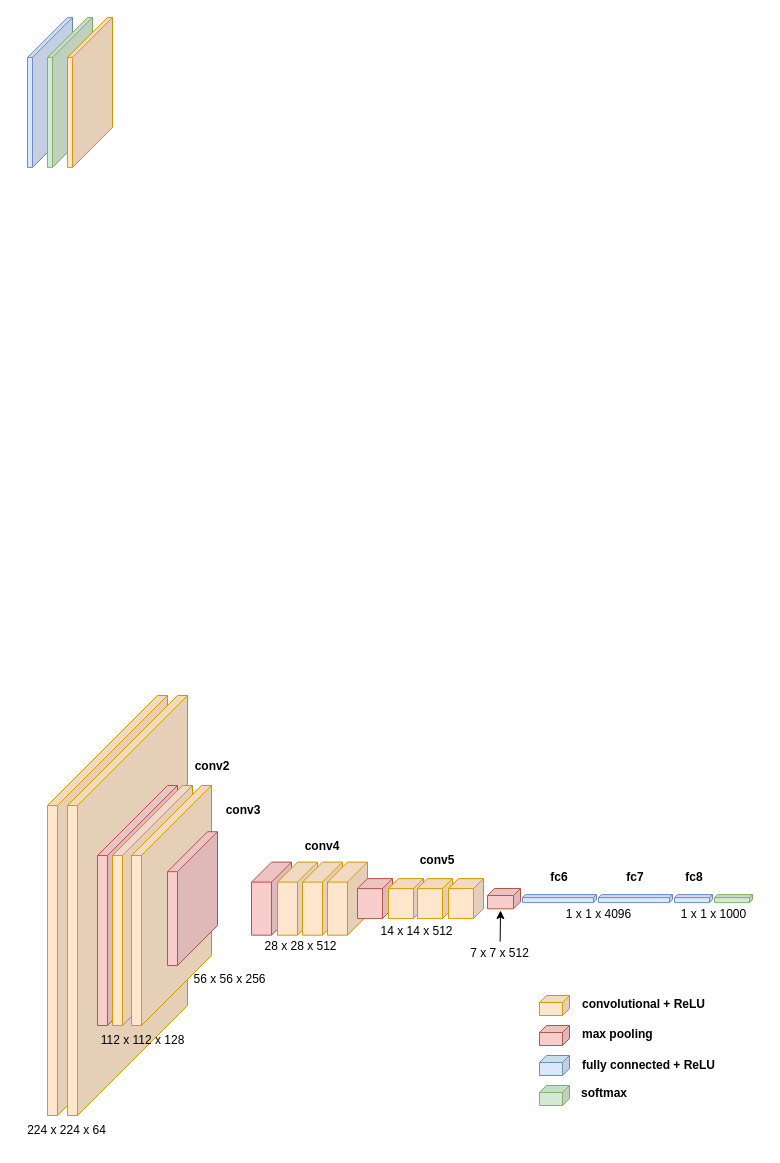
The draw.io diagram TripNet.drawio in bojunZhang-heng/science_drawing, before the edit. Source tidied: cells renumbered, new cells numbered last; positions are measured from the earlier drawing's top-left corner, leaving out a move shared by most shapes. Both pictures are drawn from the tidied source at 100%, with x=0, y=0 at pixel (17, 17).
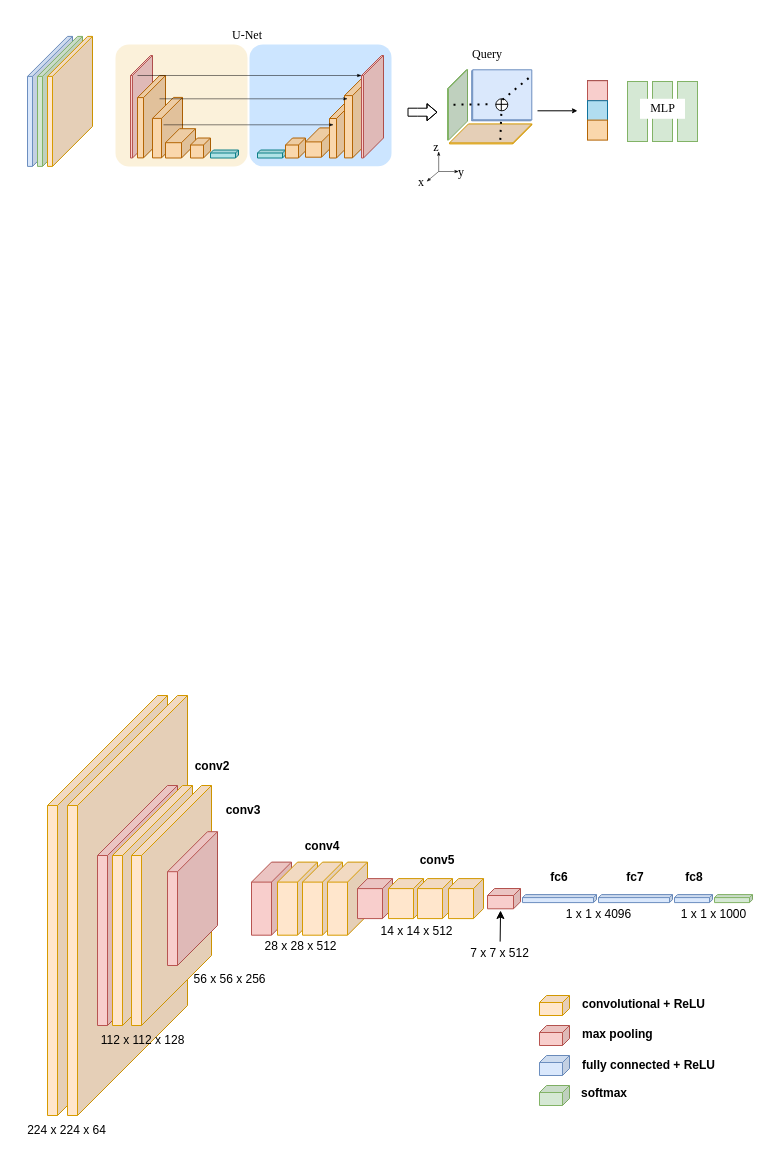
The same page after the edit.

Change to the diagram source:
```diff
@@
+    <mxCell id="48" style="rounded=1;whiteSpace=wrap;html=1;roundedPerimeter=1;fillColor=#cce5ff;strokeColor=none;arcSize=11;" parent="1" vertex="1">
+      <mxGeometry x="232" y="26.9" width="142" height="121.9" as="geometry" />
+    </mxCell>
+    <mxCell id="49" style="shape=cube;whiteSpace=wrap;html=1;boundedLbl=1;backgroundOutline=1;darkOpacity=0.05;darkOpacity2=0.1;size=3;direction=east;flipH=1;fillColor=#b0e3e6;strokeColor=#0e8088;legacyAnchorPoints=0;flipV=0;" parent="1" vertex="1">
+      <mxGeometry x="240" y="132.5" width="28" height="8" as="geometry" />
+    </mxCell>
+    <mxCell id="50" style="shape=cube;whiteSpace=wrap;html=1;boundedLbl=1;backgroundOutline=1;darkOpacity=0.05;darkOpacity2=0.1;size=7;direction=east;flipH=1;legacyAnchorPoints=0;fillColor=#fad7ac;strokeColor=#b46504;flipV=0;" parent="1" vertex="1">
+      <mxGeometry x="268" y="120.5" width="20" height="20" as="geometry" />
+    </mxCell>
+    <mxCell id="51" style="shape=cube;whiteSpace=wrap;html=1;boundedLbl=1;backgroundOutline=1;darkOpacity=0.05;darkOpacity2=0.1;size=14;direction=east;flipH=1;fillColor=#fad7ac;strokeColor=#b46504;legacyAnchorPoints=0;flipV=0;" parent="1" vertex="1">
+      <mxGeometry x="288" y="110.4" width="30" height="29.3" as="geometry" />
+    </mxCell>
+    <mxCell id="52" style="shape=cube;whiteSpace=wrap;html=1;boundedLbl=1;backgroundOutline=1;darkOpacity=0.05;darkOpacity2=0.1;size=21;direction=east;flipH=1;fillColor=#fad7ac;strokeColor=#b46504;legacyAnchorPoints=0;flipV=0;" parent="1" vertex="1">
+      <mxGeometry x="312" y="80" width="28" height="60.5" as="geometry" />
+    </mxCell>
+    <mxCell id="53" style="shape=cube;whiteSpace=wrap;html=1;boundedLbl=1;backgroundOutline=1;darkOpacity=0.05;darkOpacity2=0.1;size=20;direction=east;flipH=1;fillColor=#fad7ac;strokeColor=#b46504;legacyAnchorPoints=0;flipV=0;" parent="1" vertex="1">
+      <mxGeometry x="327" y="58.1" width="28" height="82.3" as="geometry" />
+    </mxCell>
+    <mxCell id="54" style="rounded=1;whiteSpace=wrap;html=1;roundedPerimeter=1;fillColor=light-dark(#fbf1da, #442724);strokeColor=none;arcSize=11;" parent="1" vertex="1">
+      <mxGeometry x="98" y="27.1" width="132" height="121.9" as="geometry" />
+    </mxCell>
@@
     <mxCell id="8" style="shape=cube;whiteSpace=wrap;html=1;boundedLbl=1;backgroundOutline=1;darkOpacity=0.05;darkOpacity2=0.1;size=40;direction=east;flipH=1;fillColor=#dae8fc;strokeColor=#6c8ebf;legacyAnchorPoints=0;" parent="1" vertex="1">
-      <mxGeometry x="10" y="-0.1" width="45" height="150" as="geometry" />
+      <mxGeometry x="10" y="18.9" width="45" height="130" as="geometry" />
     </mxCell>
     <mxCell id="9" style="shape=cube;whiteSpace=wrap;html=1;boundedLbl=1;backgroundOutline=1;darkOpacity=0.05;darkOpacity2=0.1;size=40;direction=east;flipH=1;fillColor=#d5e8d4;strokeColor=#82b366;legacyAnchorPoints=0;" parent="1" vertex="1">
-      <mxGeometry x="30" y="-0.1" width="45" height="150" as="geometry" />
+      <mxGeometry x="20" y="18.9" width="45" height="130" as="geometry" />
     </mxCell>
     <mxCell id="10" style="shape=cube;whiteSpace=wrap;html=1;boundedLbl=1;backgroundOutline=1;darkOpacity=0.05;darkOpacity2=0.1;size=40;direction=east;flipH=1;fillColor=#ffe6cc;strokeColor=#d79b00;legacyAnchorPoints=0;" parent="1" vertex="1">
-      <mxGeometry x="50" y="-0.1" width="45" height="150" as="geometry" />
+      <mxGeometry x="30" y="18.9" width="45" height="130" as="geometry" />
     </mxCell>
@@
+    <mxCell id="55" style="shape=cube;whiteSpace=wrap;html=1;boundedLbl=1;backgroundOutline=1;darkOpacity=0.05;darkOpacity2=0.1;size=20;direction=east;flipH=1;fillColor=#f8cecc;strokeColor=#b85450;legacyAnchorPoints=0;" parent="1" vertex="1">
+      <mxGeometry x="113" y="38" width="22" height="102.5" as="geometry" />
+    </mxCell>
+    <mxCell id="56" style="shape=cube;whiteSpace=wrap;html=1;boundedLbl=1;backgroundOutline=1;darkOpacity=0.05;darkOpacity2=0.1;size=22;direction=east;flipH=1;fillColor=#fad7ac;strokeColor=#b46504;legacyAnchorPoints=0;" parent="1" vertex="1">
+      <mxGeometry x="120" y="58.1" width="28" height="82.3" as="geometry" />
+    </mxCell>
+    <mxCell id="57" style="shape=cube;whiteSpace=wrap;html=1;boundedLbl=1;backgroundOutline=1;darkOpacity=0.05;darkOpacity2=0.1;size=21;direction=east;flipH=1;fillColor=#fad7ac;strokeColor=#b46504;legacyAnchorPoints=0;" parent="1" vertex="1">
+      <mxGeometry x="135" y="79.9" width="30" height="60.5" as="geometry" />
+    </mxCell>
+    <mxCell id="58" style="shape=cube;whiteSpace=wrap;html=1;boundedLbl=1;backgroundOutline=1;darkOpacity=0.05;darkOpacity2=0.1;size=14;direction=east;flipH=1;fillColor=#fad7ac;strokeColor=#b46504;legacyAnchorPoints=0;" parent="1" vertex="1">
+      <mxGeometry x="148" y="111.2" width="30" height="29.3" as="geometry" />
+    </mxCell>
+    <mxCell id="59" style="shape=cube;whiteSpace=wrap;html=1;boundedLbl=1;backgroundOutline=1;darkOpacity=0.05;darkOpacity2=0.1;size=7;direction=east;flipH=1;legacyAnchorPoints=0;fillColor=#fad7ac;strokeColor=#b46504;" parent="1" vertex="1">
+      <mxGeometry x="173" y="120.5" width="20" height="20" as="geometry" />
+    </mxCell>
+    <mxCell id="60" style="shape=cube;whiteSpace=wrap;html=1;boundedLbl=1;backgroundOutline=1;darkOpacity=0.05;darkOpacity2=0.1;size=3;direction=east;flipH=1;fillColor=#b0e3e6;strokeColor=#0e8088;legacyAnchorPoints=0;" parent="1" vertex="1">
+      <mxGeometry x="193" y="132.5" width="28" height="8" as="geometry" />
+    </mxCell>
+    <mxCell id="61" style="shape=cube;whiteSpace=wrap;html=1;boundedLbl=1;backgroundOutline=1;darkOpacity=0.05;darkOpacity2=0.1;size=20;direction=east;flipH=1;fillColor=#f8cecc;strokeColor=#b85450;legacyAnchorPoints=0;flipV=0;" parent="1" vertex="1">
+      <mxGeometry x="344" y="38" width="22" height="102.5" as="geometry" />
+    </mxCell>
+    <mxCell id="62" style="endArrow=blockThin;html=1;rounded=0;defaultLabelBackgroundColor=page;exitX=0.682;exitY=0.195;exitDx=0;exitDy=0;exitPerimeter=0;entryX=1;entryY=0;entryDx=0;entryDy=20;entryPerimeter=0;endFill=1;strokeWidth=0.5;endSize=3;" parent="1" edge="1" source="55" target="61">
+      <mxGeometry relative="1" as="geometry" />
+    </mxCell>
+    <mxCell id="63" style="shape=flexArrow;endArrow=classic;html=1;rounded=0;defaultLabelBackgroundColor=page;endWidth=8;endSize=3;width=8;" parent="1" edge="1">
+      <mxGeometry relative="1" as="geometry">
+        <mxPoint x="390" y="94.7" as="sourcePoint" />
+        <mxPoint x="420" y="94.7" as="targetPoint" />
+        <Array as="points">
+          <mxPoint x="400" y="94.7" />
+        </Array>
+      </mxGeometry>
+    </mxCell>
+    <mxCell id="64" style="shape=cube;whiteSpace=wrap;html=1;boundedLbl=1;backgroundOutline=1;darkOpacity=0.05;darkOpacity2=0.1;size=19;direction=east;flipH=1;fillColor=#d5e8d4;strokeColor=#82b366;legacyAnchorPoints=0;" parent="1" vertex="1">
+      <mxGeometry x="430" y="52.1" width="20" height="70.5" as="geometry" />
+    </mxCell>
+    <mxCell id="65" style="shape=cube;whiteSpace=wrap;html=1;boundedLbl=1;backgroundOutline=1;darkOpacity=0.05;darkOpacity2=0.1;size=19;direction=south;flipH=0;fillColor=#ffe6cc;strokeColor=#d79b00;legacyAnchorPoints=0;" parent="1" vertex="1">
+      <mxGeometry x="432" y="106.4" width="82.3" height="20" as="geometry" />
+    </mxCell>
+    <mxCell id="66" style="shape=cube;whiteSpace=wrap;html=1;boundedLbl=1;backgroundOutline=1;darkOpacity=0.05;darkOpacity2=0.1;size=1;direction=north;flipH=0;fillColor=#dae8fc;strokeColor=#6c8ebf;legacyAnchorPoints=0;flipV=0;rotation=0;" parent="1" vertex="1">
+      <mxGeometry x="454.2" y="52.3" width="60.1" height="51" as="geometry" />
+    </mxCell>
+    <mxCell id="67" style="ellipse;whiteSpace=wrap;html=1;shapeInside=1;strokeColor=default;opacity=90;opacityGroup=1;" parent="1" vertex="1">
+      <mxGeometry x="478.3" y="81.3" width="12" height="12" as="geometry" />
+    </mxCell>
+    <mxCell id="68" style="endArrow=none;html=1;rounded=0;defaultLabelBackgroundColor=page;" parent="1" edge="1">
+      <mxGeometry relative="1" as="geometry">
+        <mxPoint x="483.8" y="81.3" as="sourcePoint" />
+        <mxPoint x="483.8" y="93.3" as="targetPoint" />
+      </mxGeometry>
+    </mxCell>
+    <mxCell id="69" style="endArrow=none;html=1;rounded=0;defaultLabelBackgroundColor=page;" parent="1" edge="1">
+      <mxGeometry relative="1" as="geometry">
+        <mxPoint x="490.3" y="86.8" as="sourcePoint" />
+        <mxPoint x="478" y="86.8" as="targetPoint" />
+      </mxGeometry>
+    </mxCell>
+    <mxCell id="70" style="endArrow=none;dashed=1;html=1;dashPattern=1 3;strokeWidth=2;rounded=0;defaultLabelBackgroundColor=page;entryX=0.941;entryY=0.499;entryDx=0;entryDy=0;entryPerimeter=0;" parent="1" edge="1" target="64">
+      <mxGeometry relative="1" as="geometry">
+        <mxPoint x="470" y="86.8" as="sourcePoint" />
+      </mxGeometry>
+    </mxCell>
+    <mxCell id="71" style="endArrow=none;dashed=1;html=1;dashPattern=1 3;strokeWidth=2;rounded=0;defaultLabelBackgroundColor=page;entryX=0.923;entryY=0.384;entryDx=0;entryDy=0;entryPerimeter=0;" parent="1" edge="1" target="65">
+      <mxGeometry relative="1" as="geometry">
+        <mxPoint x="483.8" y="96.4" as="sourcePoint" />
+      </mxGeometry>
+    </mxCell>
+    <mxCell id="72" style="endArrow=none;dashed=1;html=1;dashPattern=1 3;strokeWidth=2;rounded=0;defaultLabelBackgroundColor=page;entryX=-0.055;entryY=0.212;entryDx=0;entryDy=0;entryPerimeter=0;exitX=0.837;exitY=0.947;exitDx=0;exitDy=0;exitPerimeter=0;" parent="1" edge="1" source="66">
+      <mxGeometry x="0.02" relative="1" as="geometry">
+        <mxPoint x="481.3" y="85.4" as="targetPoint" />
+      </mxGeometry>
+    </mxCell>
+    <mxCell id="73" style="endArrow=classic;html=1;rounded=0;defaultLabelBackgroundColor=page;endSize=3;startSize=3;" parent="1" edge="1">
+      <mxGeometry relative="1" as="geometry">
+        <mxPoint x="520" y="93.3" as="sourcePoint" />
+        <mxPoint x="560" y="93.3" as="targetPoint" />
+      </mxGeometry>
+    </mxCell>
+    <mxCell id="74" style="rounded=0;whiteSpace=wrap;html=1;" parent="1" vertex="1">
+      <mxGeometry x="570" y="63.2" width="20" height="20" as="geometry" />
+    </mxCell>
+    <mxCell id="75" style="rounded=0;whiteSpace=wrap;html=1;fillColor=#f8cecc;strokeColor=#b85450;" parent="1" vertex="1">
+      <mxGeometry x="570" y="63.2" width="20" height="20" as="geometry" />
+    </mxCell>
+    <mxCell id="76" style="rounded=0;whiteSpace=wrap;html=1;fillColor=#b1ddf0;strokeColor=#10739e;" parent="1" vertex="1">
+      <mxGeometry x="570" y="83.2" width="20" height="20" as="geometry" />
+    </mxCell>
+    <mxCell id="77" style="rounded=0;whiteSpace=wrap;html=1;fillColor=#fad7ac;strokeColor=#b46504;" parent="1" vertex="1">
+      <mxGeometry x="570" y="102.6" width="20" height="20" as="geometry" />
+    </mxCell>
+    <mxCell id="78" style="rounded=0;whiteSpace=wrap;html=1;fillColor=#d5e8d4;strokeColor=#82b366;" parent="1" vertex="1">
+      <mxGeometry x="610" y="64" width="20" height="60" as="geometry" />
+    </mxCell>
+    <mxCell id="79" style="rounded=0;whiteSpace=wrap;html=1;fillColor=#d5e8d4;strokeColor=#82b366;" parent="1" vertex="1">
+      <mxGeometry x="635" y="64" width="20" height="60" as="geometry" />
+    </mxCell>
+    <mxCell id="80" style="rounded=0;whiteSpace=wrap;html=1;fillColor=#d5e8d4;strokeColor=#82b366;" parent="1" vertex="1">
+      <mxGeometry x="660" y="64" width="20" height="60" as="geometry" />
+    </mxCell>
+    <mxCell id="81" value="&lt;font face=&quot;Times New Roman&quot;&gt;MLP&lt;/font&gt;" style="rounded=0;whiteSpace=wrap;html=1;strokeColor=none;" parent="1" vertex="1">
+      <mxGeometry x="622.5" y="81.3" width="45" height="20" as="geometry" />
+    </mxCell>
+    <mxCell id="82" style="endArrow=classicThin;html=1;rounded=0;defaultLabelBackgroundColor=page;endFill=1;endSize=3;startSize=3;strokeWidth=0.5;" parent="1" edge="1">
+      <mxGeometry relative="1" as="geometry">
+        <mxPoint x="146" y="107.3" as="sourcePoint" />
+        <mxPoint x="316" y="107.3" as="targetPoint" />
+      </mxGeometry>
+    </mxCell>
+    <mxCell id="83" style="endArrow=classicThin;html=1;rounded=0;defaultLabelBackgroundColor=page;endFill=1;endSize=3;startSize=3;strokeWidth=0.5;" parent="1" edge="1">
+      <mxGeometry relative="1" as="geometry">
+        <mxPoint x="142" y="81.3" as="sourcePoint" />
+        <mxPoint x="330" y="81.3" as="targetPoint" />
+      </mxGeometry>
+    </mxCell>
+    <mxCell id="84" value="U-Net" style="text;html=1;whiteSpace=wrap;strokeColor=none;fillColor=none;align=center;verticalAlign=middle;rounded=0;fontFamily=Times New Roman;" parent="1" vertex="1">
+      <mxGeometry x="200" y="3" width="60" height="30" as="geometry" />
+    </mxCell>
+    <mxCell id="85" value="Query" style="text;html=1;whiteSpace=wrap;strokeColor=none;fillColor=none;align=center;verticalAlign=middle;rounded=0;fontFamily=Times New Roman;" parent="1" vertex="1">
+      <mxGeometry x="440" y="22.3" width="60" height="30" as="geometry" />
+    </mxCell>
+    <mxCell id="86" style="endArrow=classicThin;html=1;rounded=0;defaultLabelBackgroundColor=page;endSize=3;startSize=3;endFill=1;strokeWidth=0.5;" parent="1" edge="1">
+      <mxGeometry x="-0.02" relative="1" as="geometry">
+        <mxPoint x="421.2" y="154" as="sourcePoint" />
+        <mxPoint x="409.2" y="164" as="targetPoint" />
+        <Array as="points">
+          <mxPoint x="421.2" y="154" />
+        </Array>
+      </mxGeometry>
+    </mxCell>
+    <mxCell id="87" style="endArrow=classicThin;html=1;rounded=0;defaultLabelBackgroundColor=page;endSize=3;startSize=3;endFill=1;strokeWidth=0.5;" parent="1" edge="1">
+      <mxGeometry relative="1" as="geometry">
+        <mxPoint x="421.2" y="154" as="sourcePoint" />
+        <mxPoint x="441.2" y="154" as="targetPoint" />
+      </mxGeometry>
+    </mxCell>
+    <mxCell id="88" style="endArrow=classicThin;html=1;rounded=0;defaultLabelBackgroundColor=page;endSize=3;startSize=3;endFill=1;strokeWidth=0.5;" parent="1" edge="1">
+      <mxGeometry relative="1" as="geometry">
+        <mxPoint x="421.2" y="154" as="sourcePoint" />
+        <mxPoint x="421.2" y="134" as="targetPoint" />
+      </mxGeometry>
+    </mxCell>
+    <mxCell id="89" value="&lt;font face=&quot;Times New Roman&quot;&gt;x&lt;/font&gt;" style="text;html=1;whiteSpace=wrap;strokeColor=none;fillColor=none;align=center;verticalAlign=middle;rounded=0;" parent="1" vertex="1">
+      <mxGeometry x="394.2" y="159" width="20" height="12" as="geometry" />
+    </mxCell>
+    <mxCell id="90" value="&lt;font face=&quot;Times New Roman&quot;&gt;y&lt;/font&gt;" style="text;html=1;whiteSpace=wrap;strokeColor=none;fillColor=none;align=center;verticalAlign=middle;rounded=0;" parent="1" vertex="1">
+      <mxGeometry x="434.2" y="149" width="20" height="12" as="geometry" />
+    </mxCell>
+    <mxCell id="91" value="&lt;font face=&quot;Times New Roman&quot;&gt;z&lt;/font&gt;" style="text;html=1;whiteSpace=wrap;strokeColor=none;fillColor=none;align=center;verticalAlign=middle;rounded=0;" parent="1" vertex="1">
+      <mxGeometry x="409.2" y="124" width="20" height="12" as="geometry" />
+    </mxCell>
```
